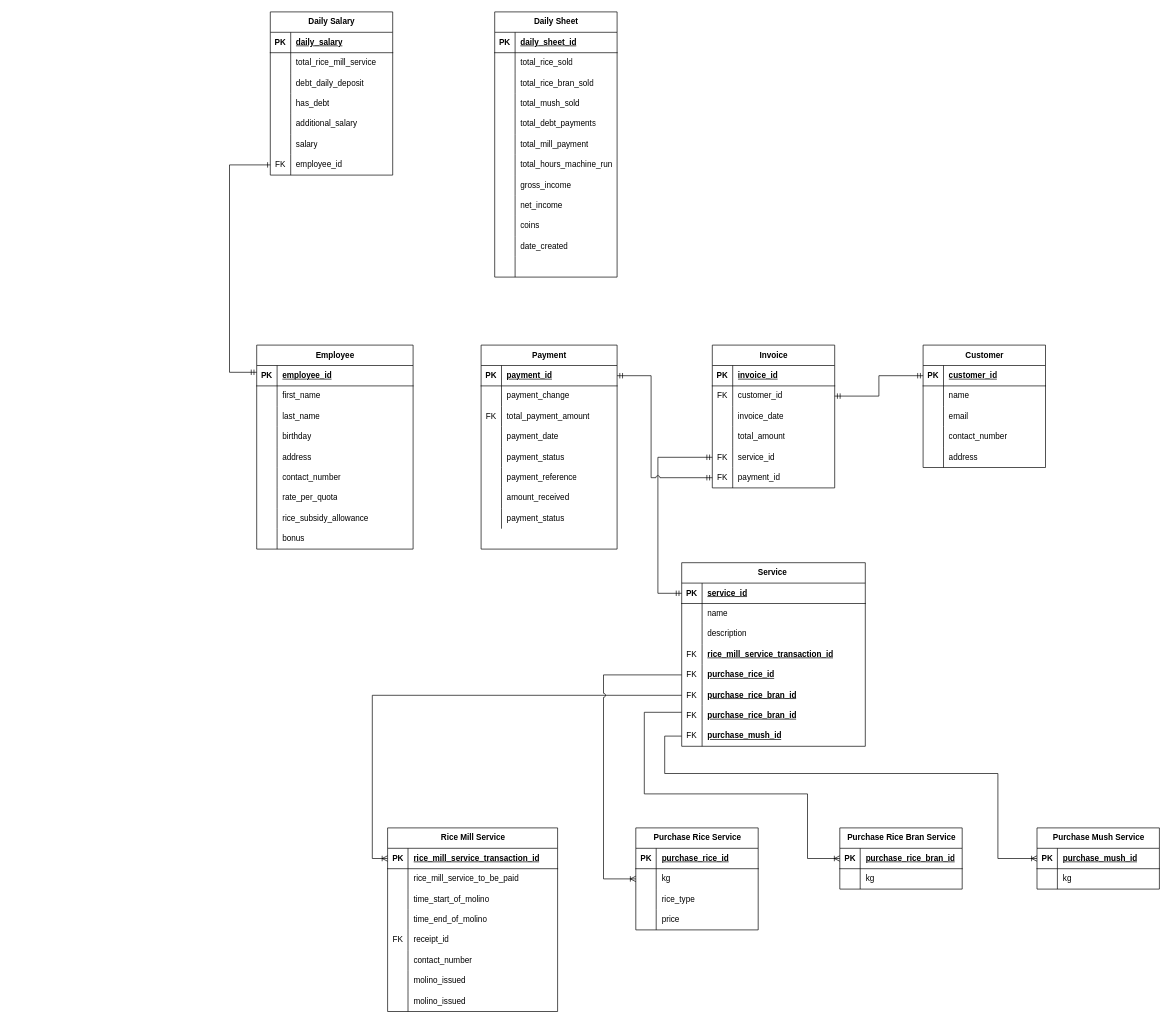
Above: page "ERD" (1 of 2) of Entity Relationship Diagram.drawio in mmdc-j-abejo/abejo-rice-mill (draw.io), before the change. Source tidied: cells renumbered, new cells numbered last; positions are measured from the earlier drawing's top-left corner, leaving out a move shared by most shapes. Both pictures are drawn from the tidied source at 68%, with x=0, y=0 at pixel (229, 12).
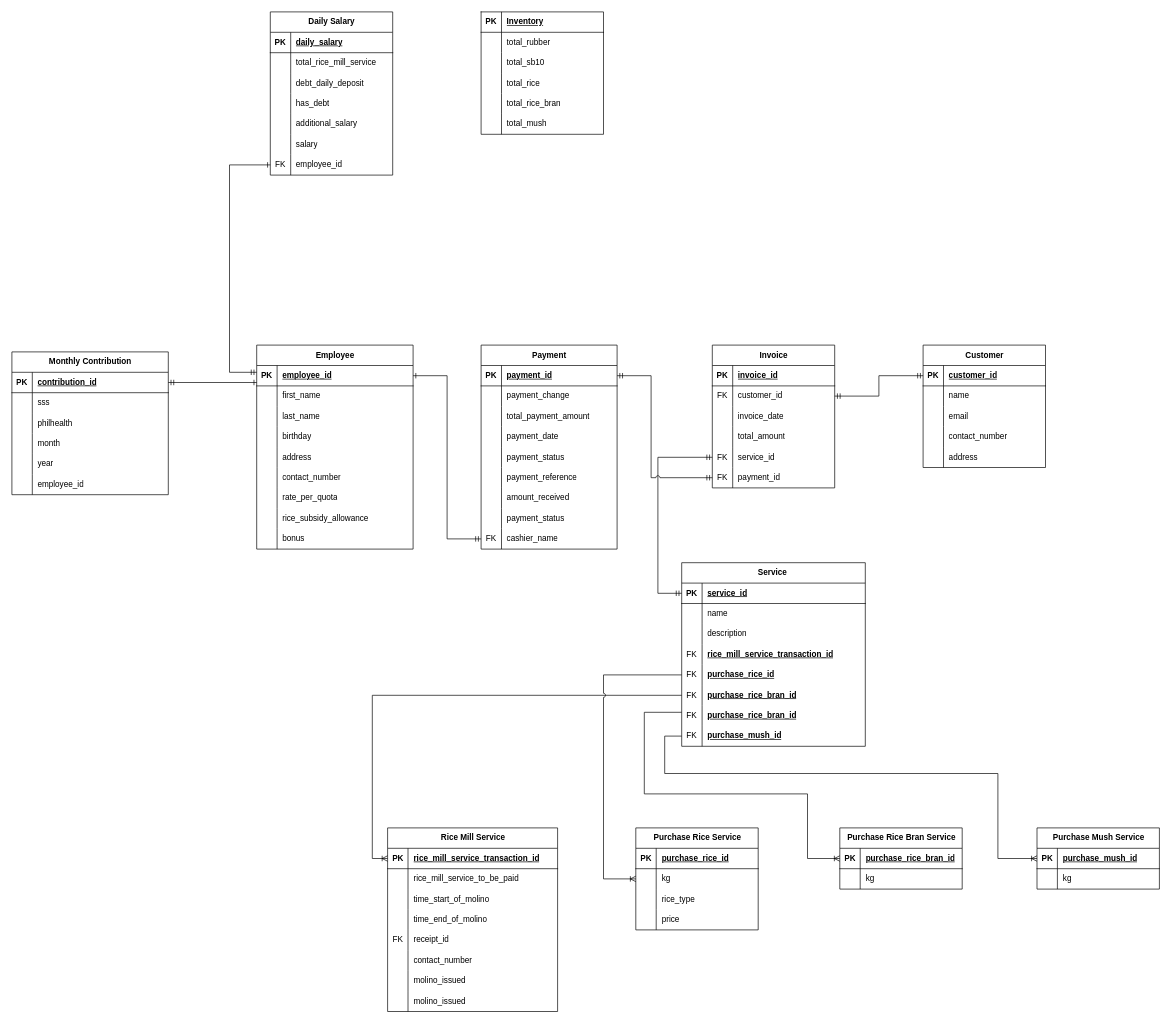
After the change.

Unchanged cells that the change refers to:
```xml
<mxCell id="64" value="Payment" style="shape=table;startSize=30;childLayout=tableLayout;rowLines=0;fontStyle=1;align=center;html=1;" parent="1" vertex="1">
  <mxGeometry x="370" y="490" width="200" height="300" as="geometry" />
</mxCell>
<mxCell id="71" style="shape=tableRow;horizontal=0;startSize=0;swimlaneHead=0;swimlaneBody=0;fillColor=none;top=0;left=0;right=0;bottom=0;" parent="64" vertex="1">
  <mxGeometry y="90" width="200" height="30" as="geometry" />
</mxCell>
<mxCell id="183" value="Employee" style="shape=table;startSize=30;childLayout=tableLayout;rowLines=0;fontStyle=1;align=center;html=1;" parent="1" vertex="1">
  <mxGeometry x="40" y="490" width="230" height="300" as="geometry" />
</mxCell>
<mxCell id="184" style="shape=tableRow;horizontal=0;startSize=0;swimlaneHead=0;swimlaneBody=0;fillColor=none;points=[[0,0.5],[1,0.5]];portConstraint=eastwest;top=0;left=0;right=0;bottom=1;" parent="183" vertex="1">
  <mxGeometry y="30" width="230" height="30" as="geometry" />
</mxCell>
```

The edit, as a diff of the source:
```diff
@@
-    <mxCell id="2" value="Daily Sheet" style="shape=table;startSize=30;childLayout=tableLayout;rowLines=0;fontStyle=1;align=center;html=1;" parent="1" vertex="1">
-      <mxGeometry x="390" width="180" height="390" as="geometry" />
-    </mxCell>
-    <mxCell id="3" style="shape=tableRow;horizontal=0;startSize=0;swimlaneHead=0;swimlaneBody=0;fillColor=none;top=0;left=0;right=0;bottom=1;" parent="2" vertex="1">
-      <mxGeometry y="30" width="180" height="30" as="geometry" />
-    </mxCell>
-    <mxCell id="4" value="PK" style="shape=partialRectangle;fillColor=none;top=0;left=0;bottom=0;right=0;fontStyle=1;overflow=hidden;whiteSpace=wrap;html=1;" parent="3" vertex="1">
-      <mxGeometry width="30" height="30" as="geometry" />
-    </mxCell>
-    <mxCell id="5" value="daily_sheet_id" style="shape=partialRectangle;fillColor=none;top=0;left=0;bottom=0;right=0;align=left;spacingLeft=6;fontStyle=5;overflow=hidden;whiteSpace=wrap;html=1;" parent="3" vertex="1">
-      <mxGeometry x="30" width="150" height="30" as="geometry" />
-    </mxCell>
-    <mxCell id="6" style="shape=tableRow;horizontal=0;startSize=0;swimlaneHead=0;swimlaneBody=0;fillColor=none;top=0;left=0;right=0;bottom=0;" parent="2" vertex="1">
-      <mxGeometry y="60" width="180" height="30" as="geometry" />
-    </mxCell>
-    <mxCell id="7" style="shape=partialRectangle;fillColor=none;top=0;left=0;bottom=0;right=0;overflow=hidden;whiteSpace=wrap;html=1;" parent="6" vertex="1">
-      <mxGeometry width="30" height="30" as="geometry" />
-    </mxCell>
-    <mxCell id="8" value="total_rice_sold" style="shape=partialRectangle;fillColor=none;top=0;left=0;bottom=0;right=0;align=left;spacingLeft=6;overflow=hidden;whiteSpace=wrap;html=1;" parent="6" vertex="1">
-      <mxGeometry x="30" width="150" height="30" as="geometry" />
-    </mxCell>
-    <mxCell id="9" style="shape=tableRow;horizontal=0;startSize=0;swimlaneHead=0;swimlaneBody=0;fillColor=none;top=0;left=0;right=0;bottom=0;" parent="2" vertex="1">
-      <mxGeometry y="90" width="180" height="30" as="geometry" />
-    </mxCell>
-    <mxCell id="10" style="shape=partialRectangle;fillColor=none;top=0;left=0;bottom=0;right=0;overflow=hidden;whiteSpace=wrap;html=1;" parent="9" vertex="1">
-      <mxGeometry width="30" height="30" as="geometry" />
-    </mxCell>
-    <mxCell id="11" value="total_rice_bran_sold" style="shape=partialRectangle;fillColor=none;top=0;left=0;bottom=0;right=0;align=left;spacingLeft=6;overflow=hidden;whiteSpace=wrap;html=1;" parent="9" vertex="1">
-      <mxGeometry x="30" width="150" height="30" as="geometry" />
-    </mxCell>
-    <mxCell id="12" style="shape=tableRow;horizontal=0;startSize=0;swimlaneHead=0;swimlaneBody=0;fillColor=none;top=0;left=0;right=0;bottom=0;" parent="2" vertex="1">
-      <mxGeometry y="120" width="180" height="30" as="geometry" />
-    </mxCell>
-    <mxCell id="13" style="shape=partialRectangle;fillColor=none;top=0;left=0;bottom=0;right=0;overflow=hidden;whiteSpace=wrap;html=1;" parent="12" vertex="1">
-      <mxGeometry width="30" height="30" as="geometry" />
-    </mxCell>
-    <mxCell id="14" value="total_mush_sold" style="shape=partialRectangle;fillColor=none;top=0;left=0;bottom=0;right=0;align=left;spacingLeft=6;overflow=hidden;whiteSpace=wrap;html=1;" parent="12" vertex="1">
-      <mxGeometry x="30" width="150" height="30" as="geometry" />
-    </mxCell>
-    <mxCell id="15" style="shape=tableRow;horizontal=0;startSize=0;swimlaneHead=0;swimlaneBody=0;fillColor=none;top=0;left=0;right=0;bottom=0;" parent="2" vertex="1">
-      <mxGeometry y="150" width="180" height="30" as="geometry" />
-    </mxCell>
-    <mxCell id="16" style="shape=partialRectangle;fillColor=none;top=0;left=0;bottom=0;right=0;overflow=hidden;whiteSpace=wrap;html=1;" parent="15" vertex="1">
-      <mxGeometry width="30" height="30" as="geometry" />
-    </mxCell>
-    <mxCell id="17" value="total_debt_payments" style="shape=partialRectangle;fillColor=none;top=0;left=0;bottom=0;right=0;align=left;spacingLeft=6;overflow=hidden;whiteSpace=wrap;html=1;" parent="15" vertex="1">
-      <mxGeometry x="30" width="150" height="30" as="geometry" />
-    </mxCell>
-    <mxCell id="18" style="shape=tableRow;horizontal=0;startSize=0;swimlaneHead=0;swimlaneBody=0;fillColor=none;top=0;left=0;right=0;bottom=0;" parent="2" vertex="1">
-      <mxGeometry y="180" width="180" height="30" as="geometry" />
-    </mxCell>
-    <mxCell id="19" style="shape=partialRectangle;fillColor=none;top=0;left=0;bottom=0;right=0;overflow=hidden;whiteSpace=wrap;html=1;" parent="18" vertex="1">
-      <mxGeometry width="30" height="30" as="geometry" />
-    </mxCell>
-    <mxCell id="20" value="total_mill_payment" style="shape=partialRectangle;fillColor=none;top=0;left=0;bottom=0;right=0;align=left;spacingLeft=6;overflow=hidden;whiteSpace=wrap;html=1;" parent="18" vertex="1">
-      <mxGeometry x="30" width="150" height="30" as="geometry" />
-    </mxCell>
-    <mxCell id="21" style="shape=tableRow;horizontal=0;startSize=0;swimlaneHead=0;swimlaneBody=0;fillColor=none;top=0;left=0;right=0;bottom=0;" parent="2" vertex="1">
-      <mxGeometry y="210" width="180" height="30" as="geometry" />
-    </mxCell>
-    <mxCell id="22" style="shape=partialRectangle;fillColor=none;top=0;left=0;bottom=0;right=0;overflow=hidden;whiteSpace=wrap;html=1;" parent="21" vertex="1">
-      <mxGeometry width="30" height="30" as="geometry" />
-    </mxCell>
-    <mxCell id="23" value="total_hours_machine_run" style="shape=partialRectangle;fillColor=none;top=0;left=0;bottom=0;right=0;align=left;spacingLeft=6;overflow=hidden;whiteSpace=wrap;html=1;" parent="21" vertex="1">
-      <mxGeometry x="30" width="150" height="30" as="geometry" />
-    </mxCell>
-    <mxCell id="24" style="shape=tableRow;horizontal=0;startSize=0;swimlaneHead=0;swimlaneBody=0;fillColor=none;top=0;left=0;right=0;bottom=0;" parent="2" vertex="1">
-      <mxGeometry y="240" width="180" height="30" as="geometry" />
-    </mxCell>
-    <mxCell id="25" style="shape=partialRectangle;fillColor=none;top=0;left=0;bottom=0;right=0;overflow=hidden;whiteSpace=wrap;html=1;" parent="24" vertex="1">
-      <mxGeometry width="30" height="30" as="geometry" />
-    </mxCell>
-    <mxCell id="26" value="gross_income" style="shape=partialRectangle;fillColor=none;top=0;left=0;bottom=0;right=0;align=left;spacingLeft=6;overflow=hidden;whiteSpace=wrap;html=1;" parent="24" vertex="1">
-      <mxGeometry x="30" width="150" height="30" as="geometry" />
-    </mxCell>
-    <mxCell id="27" style="shape=tableRow;horizontal=0;startSize=0;swimlaneHead=0;swimlaneBody=0;fillColor=none;top=0;left=0;right=0;bottom=0;" parent="2" vertex="1">
-      <mxGeometry y="270" width="180" height="30" as="geometry" />
-    </mxCell>
-    <mxCell id="28" style="shape=partialRectangle;fillColor=none;top=0;left=0;bottom=0;right=0;overflow=hidden;whiteSpace=wrap;html=1;" parent="27" vertex="1">
-      <mxGeometry width="30" height="30" as="geometry" />
-    </mxCell>
-    <mxCell id="29" value="net_income" style="shape=partialRectangle;fillColor=none;top=0;left=0;bottom=0;right=0;align=left;spacingLeft=6;overflow=hidden;whiteSpace=wrap;html=1;" parent="27" vertex="1">
-      <mxGeometry x="30" width="150" height="30" as="geometry" />
-    </mxCell>
-    <mxCell id="30" style="shape=tableRow;horizontal=0;startSize=0;swimlaneHead=0;swimlaneBody=0;fillColor=none;top=0;left=0;right=0;bottom=0;" parent="2" vertex="1">
-      <mxGeometry y="300" width="180" height="30" as="geometry" />
-    </mxCell>
-    <mxCell id="31" style="shape=partialRectangle;fillColor=none;top=0;left=0;bottom=0;right=0;overflow=hidden;whiteSpace=wrap;html=1;" parent="30" vertex="1">
-      <mxGeometry width="30" height="30" as="geometry" />
-    </mxCell>
-    <mxCell id="32" value="coins" style="shape=partialRectangle;fillColor=none;top=0;left=0;bottom=0;right=0;align=left;spacingLeft=6;overflow=hidden;whiteSpace=wrap;html=1;" parent="30" vertex="1">
-      <mxGeometry x="30" width="150" height="30" as="geometry" />
-    </mxCell>
-    <mxCell id="33" style="shape=tableRow;horizontal=0;startSize=0;swimlaneHead=0;swimlaneBody=0;fillColor=none;top=0;left=0;right=0;bottom=0;" parent="2" vertex="1">
-      <mxGeometry y="330" width="180" height="30" as="geometry" />
-    </mxCell>
-    <mxCell id="34" style="shape=partialRectangle;fillColor=none;top=0;left=0;bottom=0;right=0;overflow=hidden;whiteSpace=wrap;html=1;" parent="33" vertex="1">
-      <mxGeometry width="30" height="30" as="geometry" />
-    </mxCell>
-    <mxCell id="35" value="date_created" style="shape=partialRectangle;fillColor=none;top=0;left=0;bottom=0;right=0;align=left;spacingLeft=6;overflow=hidden;whiteSpace=wrap;html=1;" parent="33" vertex="1">
-      <mxGeometry x="30" width="150" height="30" as="geometry" />
-    </mxCell>
-    <mxCell id="36" style="shape=tableRow;horizontal=0;startSize=0;swimlaneHead=0;swimlaneBody=0;fillColor=none;top=0;left=0;right=0;bottom=0;" parent="2" vertex="1">
-      <mxGeometry y="360" width="180" height="30" as="geometry" />
-    </mxCell>
-    <mxCell id="37" style="shape=partialRectangle;fillColor=none;top=0;left=0;bottom=0;right=0;overflow=hidden;whiteSpace=wrap;html=1;" parent="36" vertex="1">
-      <mxGeometry width="30" height="30" as="geometry" />
-    </mxCell>
-    <mxCell id="38" style="shape=partialRectangle;fillColor=none;top=0;left=0;bottom=0;right=0;align=left;spacingLeft=6;overflow=hidden;whiteSpace=wrap;html=1;" parent="36" vertex="1">
-      <mxGeometry x="30" width="150" height="30" as="geometry" />
-    </mxCell>
@@
-    <mxCell id="72" value="FK" style="shape=partialRectangle;fillColor=none;top=0;left=0;bottom=0;right=0;overflow=hidden;whiteSpace=wrap;html=1;" parent="71" vertex="1">
+    <mxCell id="72" style="shape=partialRectangle;fillColor=none;top=0;left=0;bottom=0;right=0;overflow=hidden;whiteSpace=wrap;html=1;" parent="71" vertex="1">
       <mxGeometry width="30" height="30" as="geometry" />
     </mxCell>
@@
+    <mxCell id="234" style="shape=tableRow;horizontal=0;startSize=0;swimlaneHead=0;swimlaneBody=0;fillColor=none;points=[[0,0.5],[1,0.5]];portConstraint=eastwest;top=0;left=0;right=0;bottom=0;" parent="64" vertex="1">
+      <mxGeometry y="270" width="200" height="30" as="geometry" />
+    </mxCell>
+    <mxCell id="235" value="FK" style="shape=partialRectangle;fillColor=none;top=0;left=0;bottom=0;right=0;overflow=hidden;whiteSpace=wrap;html=1;" parent="234" vertex="1">
+      <mxGeometry width="30" height="30" as="geometry" />
+    </mxCell>
+    <mxCell id="236" value="cashier_name" style="shape=partialRectangle;fillColor=none;top=0;left=0;bottom=0;right=0;align=left;spacingLeft=6;overflow=hidden;whiteSpace=wrap;html=1;" parent="234" vertex="1">
+      <mxGeometry x="30" width="170" height="30" as="geometry" />
+    </mxCell>
@@
+    <mxCell id="237" value="Monthly Contribution" style="shape=table;startSize=30;childLayout=tableLayout;rowLines=0;fontStyle=1;align=center;html=1;" parent="1" vertex="1">
+      <mxGeometry x="-320" y="500" width="230" height="210" as="geometry" />
+    </mxCell>
+    <mxCell id="238" style="shape=tableRow;horizontal=0;startSize=0;swimlaneHead=0;swimlaneBody=0;fillColor=none;points=[[0,0.5],[1,0.5]];portConstraint=eastwest;top=0;left=0;right=0;bottom=1;" parent="237" vertex="1">
+      <mxGeometry y="30" width="230" height="30" as="geometry" />
+    </mxCell>
+    <mxCell id="239" value="PK" style="shape=partialRectangle;fillColor=none;top=0;left=0;bottom=0;right=0;fontStyle=1;overflow=hidden;whiteSpace=wrap;html=1;" parent="238" vertex="1">
+      <mxGeometry width="30" height="30" as="geometry" />
+    </mxCell>
+    <mxCell id="240" value="contribution_id" style="shape=partialRectangle;fillColor=none;top=0;left=0;bottom=0;right=0;align=left;spacingLeft=6;fontStyle=5;overflow=hidden;whiteSpace=wrap;html=1;" parent="238" vertex="1">
+      <mxGeometry x="30" width="200" height="30" as="geometry" />
+    </mxCell>
+    <mxCell id="241" style="shape=tableRow;horizontal=0;startSize=0;swimlaneHead=0;swimlaneBody=0;fillColor=none;top=0;left=0;right=0;bottom=0;" parent="237" vertex="1">
+      <mxGeometry y="60" width="230" height="30" as="geometry" />
+    </mxCell>
+    <mxCell id="242" style="shape=partialRectangle;fillColor=none;top=0;left=0;bottom=0;right=0;overflow=hidden;whiteSpace=wrap;html=1;" parent="241" vertex="1">
+      <mxGeometry width="30" height="30" as="geometry" />
+    </mxCell>
+    <mxCell id="243" value="sss" style="shape=partialRectangle;fillColor=none;top=0;left=0;bottom=0;right=0;align=left;spacingLeft=6;overflow=hidden;whiteSpace=wrap;html=1;" parent="241" vertex="1">
+      <mxGeometry x="30" width="200" height="30" as="geometry" />
+    </mxCell>
+    <mxCell id="244" style="shape=tableRow;horizontal=0;startSize=0;swimlaneHead=0;swimlaneBody=0;fillColor=none;top=0;left=0;right=0;bottom=0;" parent="237" vertex="1">
+      <mxGeometry y="90" width="230" height="30" as="geometry" />
+    </mxCell>
+    <mxCell id="245" style="shape=partialRectangle;fillColor=none;top=0;left=0;bottom=0;right=0;overflow=hidden;whiteSpace=wrap;html=1;" parent="244" vertex="1">
+      <mxGeometry width="30" height="30" as="geometry" />
+    </mxCell>
+    <mxCell id="246" value="philhealth" style="shape=partialRectangle;fillColor=none;top=0;left=0;bottom=0;right=0;align=left;spacingLeft=6;overflow=hidden;whiteSpace=wrap;html=1;" parent="244" vertex="1">
+      <mxGeometry x="30" width="200" height="30" as="geometry" />
+    </mxCell>
+    <mxCell id="247" style="shape=tableRow;horizontal=0;startSize=0;swimlaneHead=0;swimlaneBody=0;fillColor=none;top=0;left=0;right=0;bottom=0;" parent="237" vertex="1">
+      <mxGeometry y="120" width="230" height="30" as="geometry" />
+    </mxCell>
+    <mxCell id="248" style="shape=partialRectangle;fillColor=none;top=0;left=0;bottom=0;right=0;overflow=hidden;whiteSpace=wrap;html=1;" parent="247" vertex="1">
+      <mxGeometry width="30" height="30" as="geometry" />
+    </mxCell>
+    <mxCell id="249" value="month" style="shape=partialRectangle;fillColor=none;top=0;left=0;bottom=0;right=0;align=left;spacingLeft=6;overflow=hidden;whiteSpace=wrap;html=1;" parent="247" vertex="1">
+      <mxGeometry x="30" width="200" height="30" as="geometry" />
+    </mxCell>
+    <mxCell id="250" style="shape=tableRow;horizontal=0;startSize=0;swimlaneHead=0;swimlaneBody=0;fillColor=none;top=0;left=0;right=0;bottom=0;" parent="237" vertex="1">
+      <mxGeometry y="150" width="230" height="30" as="geometry" />
+    </mxCell>
+    <mxCell id="251" style="shape=partialRectangle;fillColor=none;top=0;left=0;bottom=0;right=0;overflow=hidden;whiteSpace=wrap;html=1;" parent="250" vertex="1">
+      <mxGeometry width="30" height="30" as="geometry" />
+    </mxCell>
+    <mxCell id="252" value="year" style="shape=partialRectangle;fillColor=none;top=0;left=0;bottom=0;right=0;align=left;spacingLeft=6;overflow=hidden;whiteSpace=wrap;html=1;" parent="250" vertex="1">
+      <mxGeometry x="30" width="200" height="30" as="geometry" />
+    </mxCell>
+    <mxCell id="253" style="shape=tableRow;horizontal=0;startSize=0;swimlaneHead=0;swimlaneBody=0;fillColor=none;top=0;left=0;right=0;bottom=0;" parent="237" vertex="1">
+      <mxGeometry y="180" width="230" height="30" as="geometry" />
+    </mxCell>
+    <mxCell id="254" style="shape=partialRectangle;fillColor=none;top=0;left=0;bottom=0;right=0;overflow=hidden;whiteSpace=wrap;html=1;" parent="253" vertex="1">
+      <mxGeometry width="30" height="30" as="geometry" />
+    </mxCell>
+    <mxCell id="255" value="employee_id" style="shape=partialRectangle;fillColor=none;top=0;left=0;bottom=0;right=0;align=left;spacingLeft=6;overflow=hidden;whiteSpace=wrap;html=1;" parent="253" vertex="1">
+      <mxGeometry x="30" width="200" height="30" as="geometry" />
+    </mxCell>
+    <mxCell id="256" style="fontSize=12;html=1;endArrow=ERone;startArrow=ERmandOne;rounded=0;edgeStyle=orthogonalEdgeStyle;jumpStyle=arc;endFill=0;" parent="1" edge="1" source="238" target="183">
+      <mxGeometry relative="1" as="geometry">
+        <Array as="points">
+          <mxPoint x="10" y="545" />
+          <mxPoint x="10" y="545" />
+        </Array>
+      </mxGeometry>
+    </mxCell>
+    <mxCell id="257" style="fontSize=12;html=1;endArrow=ERone;startArrow=ERmandOne;rounded=0;edgeStyle=orthogonalEdgeStyle;jumpStyle=arc;endFill=0;" parent="1" edge="1" source="234" target="184">
+      <mxGeometry relative="1" as="geometry">
+        <Array as="points">
+          <mxPoint x="320" y="775" />
+          <mxPoint x="320" y="535" />
+        </Array>
+      </mxGeometry>
+    </mxCell>
+    <mxCell id="258" style="shape=table;startSize=0;childLayout=tableLayout;rowLines=0;fontStyle=1;align=center;html=1;" parent="1" vertex="1">
+      <mxGeometry x="370" width="180" height="180" as="geometry" />
+    </mxCell>
+    <mxCell id="259" style="shape=tableRow;horizontal=0;startSize=0;swimlaneHead=0;swimlaneBody=0;fillColor=none;top=0;left=0;right=0;bottom=1;" parent="258" vertex="1">
+      <mxGeometry width="180" height="30" as="geometry" />
+    </mxCell>
+    <mxCell id="260" value="PK" style="shape=partialRectangle;fillColor=none;top=0;left=0;bottom=0;right=0;fontStyle=1;overflow=hidden;whiteSpace=wrap;html=1;" parent="259" vertex="1">
+      <mxGeometry width="30" height="30" as="geometry" />
+    </mxCell>
+    <mxCell id="261" value="Inventory" style="shape=partialRectangle;fillColor=none;top=0;left=0;bottom=0;right=0;align=left;spacingLeft=6;fontStyle=5;overflow=hidden;whiteSpace=wrap;html=1;" parent="259" vertex="1">
+      <mxGeometry x="30" width="150" height="30" as="geometry" />
+    </mxCell>
+    <mxCell id="262" style="shape=tableRow;horizontal=0;startSize=0;swimlaneHead=0;swimlaneBody=0;fillColor=none;top=0;left=0;right=0;bottom=0;" parent="258" vertex="1">
+      <mxGeometry y="30" width="180" height="30" as="geometry" />
+    </mxCell>
+    <mxCell id="263" style="shape=partialRectangle;fillColor=none;top=0;left=0;bottom=0;right=0;overflow=hidden;whiteSpace=wrap;html=1;" parent="262" vertex="1">
+      <mxGeometry width="30" height="30" as="geometry" />
+    </mxCell>
+    <mxCell id="264" value="total_rubber" style="shape=partialRectangle;fillColor=none;top=0;left=0;bottom=0;right=0;align=left;spacingLeft=6;overflow=hidden;whiteSpace=wrap;html=1;" parent="262" vertex="1">
+      <mxGeometry x="30" width="150" height="30" as="geometry" />
+    </mxCell>
+    <mxCell id="6" style="shape=tableRow;horizontal=0;startSize=0;swimlaneHead=0;swimlaneBody=0;fillColor=none;top=0;left=0;right=0;bottom=0;" parent="258" vertex="1">
+      <mxGeometry y="60" width="180" height="30" as="geometry" />
+    </mxCell>
+    <mxCell id="265" style="shape=partialRectangle;fillColor=none;top=0;left=0;bottom=0;right=0;overflow=hidden;whiteSpace=wrap;html=1;" parent="6" vertex="1">
+      <mxGeometry width="30" height="30" as="geometry" />
+    </mxCell>
+    <mxCell id="266" value="total&lt;span style=&quot;background-color: initial;&quot;&gt;_sb10&lt;/span&gt;" style="shape=partialRectangle;fillColor=none;top=0;left=0;bottom=0;right=0;align=left;spacingLeft=6;overflow=hidden;whiteSpace=wrap;html=1;" parent="6" vertex="1">
+      <mxGeometry x="30" width="150" height="30" as="geometry" />
+    </mxCell>
+    <mxCell id="9" style="shape=tableRow;horizontal=0;startSize=0;swimlaneHead=0;swimlaneBody=0;fillColor=none;top=0;left=0;right=0;bottom=0;" parent="258" vertex="1">
+      <mxGeometry y="90" width="180" height="30" as="geometry" />
+    </mxCell>
+    <mxCell id="267" style="shape=partialRectangle;fillColor=none;top=0;left=0;bottom=0;right=0;overflow=hidden;whiteSpace=wrap;html=1;" parent="9" vertex="1">
+      <mxGeometry width="30" height="30" as="geometry" />
+    </mxCell>
+    <mxCell id="268" value="total_rice" style="shape=partialRectangle;fillColor=none;top=0;left=0;bottom=0;right=0;align=left;spacingLeft=6;overflow=hidden;whiteSpace=wrap;html=1;" parent="9" vertex="1">
+      <mxGeometry x="30" width="150" height="30" as="geometry" />
+    </mxCell>
+    <mxCell id="12" style="shape=tableRow;horizontal=0;startSize=0;swimlaneHead=0;swimlaneBody=0;fillColor=none;top=0;left=0;right=0;bottom=0;" parent="258" vertex="1">
+      <mxGeometry y="120" width="180" height="30" as="geometry" />
+    </mxCell>
+    <mxCell id="269" style="shape=partialRectangle;fillColor=none;top=0;left=0;bottom=0;right=0;overflow=hidden;whiteSpace=wrap;html=1;" parent="12" vertex="1">
+      <mxGeometry width="30" height="30" as="geometry" />
+    </mxCell>
+    <mxCell id="270" value="total_rice_bran" style="shape=partialRectangle;fillColor=none;top=0;left=0;bottom=0;right=0;align=left;spacingLeft=6;overflow=hidden;whiteSpace=wrap;html=1;" parent="12" vertex="1">
+      <mxGeometry x="30" width="150" height="30" as="geometry" />
+    </mxCell>
+    <mxCell id="15" style="shape=tableRow;horizontal=0;startSize=0;swimlaneHead=0;swimlaneBody=0;fillColor=none;top=0;left=0;right=0;bottom=0;" parent="258" vertex="1">
+      <mxGeometry y="150" width="180" height="30" as="geometry" />
+    </mxCell>
+    <mxCell id="271" style="shape=partialRectangle;fillColor=none;top=0;left=0;bottom=0;right=0;overflow=hidden;whiteSpace=wrap;html=1;" parent="15" vertex="1">
+      <mxGeometry width="30" height="30" as="geometry" />
+    </mxCell>
+    <mxCell id="272" value="total_mush" style="shape=partialRectangle;fillColor=none;top=0;left=0;bottom=0;right=0;align=left;spacingLeft=6;overflow=hidden;whiteSpace=wrap;html=1;" parent="15" vertex="1">
+      <mxGeometry x="30" width="150" height="30" as="geometry" />
+    </mxCell>
```
